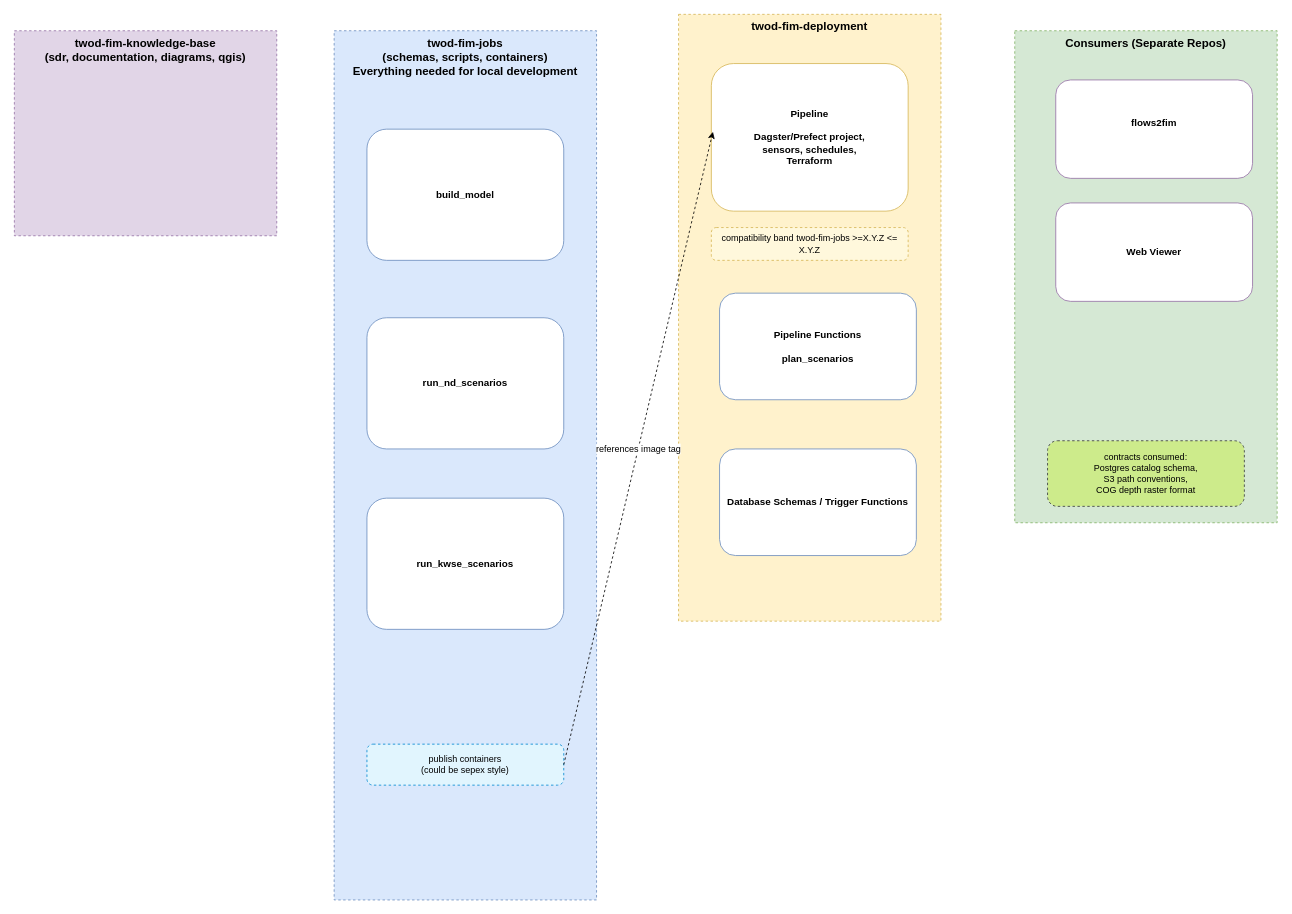
Earlier version of the draw.io diagram page "repos-and-ownership" (2 of 3) of system-design/diagrams.drawio (NOAA-OWP/twod-fim-knowledge-base). Source tidied: cells renumbered, new cells numbered last; positions are measured from the earlier drawing's top-left corner, leaving out a move shared by most shapes. Both pictures are drawn from the tidied source at 82%, with x=0, y=0 at pixel (14, 14).
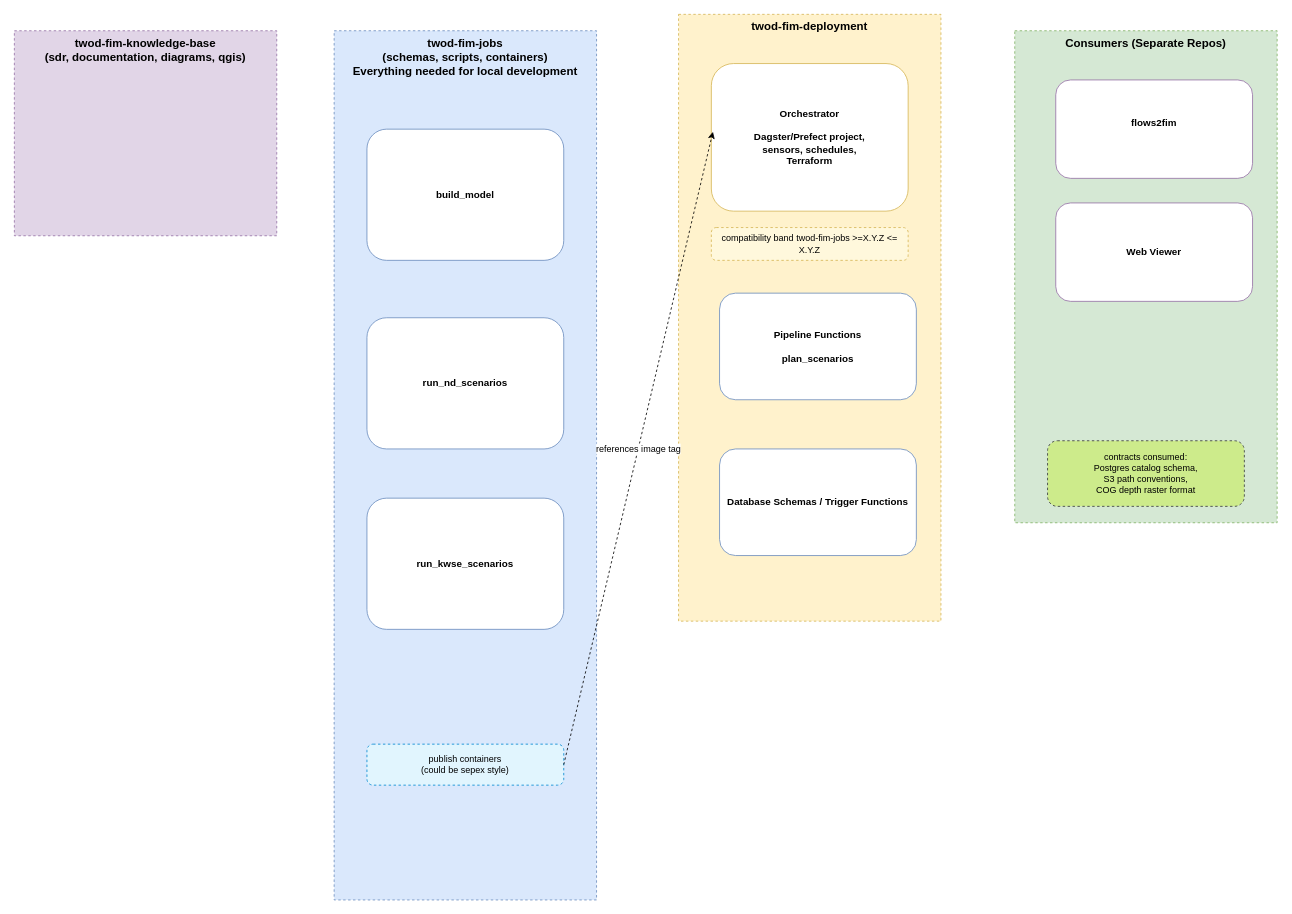
The same diagram, later.

The edit, as a diff of the source:
```diff
@@
 <mxGraphModel>
   <root>
     <mxCell id="0" />
     <mxCell id="1" parent="0" />
     <mxCell id="2" value="twod-fim-jobs&lt;br&gt;(schemas, scripts, containers)&lt;br&gt;Everything needed for local development" style="rounded=0;whiteSpace=wrap;html=1;fillColor=#dae8fc;strokeColor=#6c8ebf;dashed=1;verticalAlign=top;fontStyle=1;fontSize=14;" parent="1" vertex="1">
       <mxGeometry x="390" y="20" width="320" height="1060" as="geometry" />
     </mxCell>
     <mxCell id="3" value="&lt;div&gt;build_model&lt;/div&gt;" style="rounded=1;whiteSpace=wrap;html=1;fillColor=#ffffff;strokeColor=#6c8ebf;fontSize=12;fontStyle=1;align=center;" parent="1" vertex="1">
       <mxGeometry x="430" y="140" width="240" height="160" as="geometry" />
     </mxCell>
     <mxCell id="4" value="publish containers&lt;div&gt;(could be sepex style)&lt;/div&gt;" style="rounded=1;whiteSpace=wrap;html=1;fillColor=#e1f5fe;strokeColor=#0288d1;fontSize=11;dashed=1;" parent="1" vertex="1">
       <mxGeometry x="430" y="890" width="240" height="50" as="geometry" />
     </mxCell>
     <mxCell id="5" value="twod-fim-deployment" style="rounded=0;whiteSpace=wrap;html=1;fillColor=#fff2cc;strokeColor=#d6b656;dashed=1;verticalAlign=top;fontStyle=1;fontSize=14;" parent="1" vertex="1">
       <mxGeometry x="810" width="320" height="740" as="geometry" />
     </mxCell>
-    <mxCell id="6" value="Pipeline&lt;br&gt;&lt;br&gt;Dagster/Prefect project,&lt;br&gt;sensors, schedules,&lt;br&gt;Terraform" style="rounded=1;whiteSpace=wrap;html=1;fillColor=#ffffff;strokeColor=#d6b656;fontSize=12;fontStyle=1;" parent="1" vertex="1">
+    <mxCell id="6" value="Orchestrator&lt;br&gt;&lt;br&gt;Dagster/Prefect project,&lt;br&gt;sensors, schedules,&lt;br&gt;Terraform" style="rounded=1;whiteSpace=wrap;html=1;fillColor=#ffffff;strokeColor=#d6b656;fontSize=12;fontStyle=1;" parent="1" vertex="1">
       <mxGeometry x="850" y="60" width="240" height="180" as="geometry" />
     </mxCell>
     <mxCell id="7" value="compatibility band twod-fim-jobs &amp;gt;=X.Y.Z &amp;lt;= X.Y.Z" style="rounded=1;whiteSpace=wrap;html=1;fillColor=#fff8dc;strokeColor=#d6b656;fontSize=11;dashed=1;" parent="1" vertex="1">
       <mxGeometry x="850" y="260" width="240" height="40" as="geometry" />
     </mxCell>
     <mxCell id="8" value="Consumers (Separate Repos)" style="rounded=0;whiteSpace=wrap;html=1;fillColor=#d5e8d4;strokeColor=#82b366;dashed=1;verticalAlign=top;fontStyle=1;fontSize=14;" parent="1" vertex="1">
       <mxGeometry x="1220" y="20" width="320" height="600" as="geometry" />
     </mxCell>
     <mxCell id="9" value="flows2fim&lt;br&gt;&lt;div&gt;&lt;br/&gt;&lt;/div&gt;" style="rounded=1;whiteSpace=wrap;html=1;fillColor=#ffffff;strokeColor=#9673a6;fontSize=12;fontStyle=1;" parent="1" vertex="1">
       <mxGeometry x="1270" y="80" width="240" height="120" as="geometry" />
     </mxCell>
     <mxCell id="10" value="contracts consumed:&#10;Postgres catalog schema,&#10;S3 path conventions,&#10;COG depth raster format" style="rounded=1;whiteSpace=wrap;html=1;fillColor=#cdeb8b;strokeColor=#36393d;fontSize=11;dashed=1;" parent="1" vertex="1">
       <mxGeometry x="1260" y="520" width="240" height="80" as="geometry" />
     </mxCell>
     <mxCell id="11" value="references image tag" style="endArrow=classic;html=1;fontSize=11;dashed=1;exitX=1;exitY=0.5;exitDx=0;exitDy=0;entryX=0.008;entryY=0.462;entryDx=0;entryDy=0;entryPerimeter=0;" parent="1" edge="1" source="4" target="6">
       <mxGeometry relative="1" as="geometry" />
     </mxCell>
     <mxCell id="12" value="Pipeline Functions&lt;br&gt;&lt;br&gt;plan_scenarios" style="rounded=1;whiteSpace=wrap;html=1;fillColor=#ffffff;strokeColor=#6c8ebf;fontSize=12;fontStyle=1;align=center;" parent="1" vertex="1">
       <mxGeometry x="860" y="340" width="240" height="130" as="geometry" />
     </mxCell>
     <mxCell id="13" value="run_nd_scenarios" style="rounded=1;whiteSpace=wrap;html=1;fillColor=#ffffff;strokeColor=#6c8ebf;fontSize=12;fontStyle=1;align=center;" parent="1" vertex="1">
       <mxGeometry x="430" y="370" width="240" height="160" as="geometry" />
     </mxCell>
     <mxCell id="14" value="run_kwse_scenarios" style="rounded=1;whiteSpace=wrap;html=1;fillColor=#ffffff;strokeColor=#6c8ebf;fontSize=12;fontStyle=1;align=center;" parent="1" vertex="1">
       <mxGeometry x="430" y="590" width="240" height="160" as="geometry" />
     </mxCell>
     <mxCell id="15" value="&lt;div&gt;Web Viewer&lt;/div&gt;" style="rounded=1;whiteSpace=wrap;html=1;fillColor=#ffffff;strokeColor=#9673a6;fontSize=12;fontStyle=1;" parent="1" vertex="1">
       <mxGeometry x="1270" y="230" width="240" height="120" as="geometry" />
     </mxCell>
     <mxCell id="16" value="twod-fim-knowledge-base&lt;br&gt;(sdr, documentation, diagrams, qgis)&lt;div&gt;&lt;br&gt;&lt;/div&gt;" style="rounded=0;whiteSpace=wrap;html=1;fillColor=#e1d5e7;strokeColor=#9673a6;dashed=1;verticalAlign=top;fontStyle=1;fontSize=14;" parent="1" vertex="1">
       <mxGeometry y="20" width="320" height="250" as="geometry" />
     </mxCell>
     <mxCell id="17" value="Database Schemas / Trigger Functions" style="rounded=1;whiteSpace=wrap;html=1;fillColor=#ffffff;strokeColor=#6c8ebf;fontSize=12;fontStyle=1;align=center;" parent="1" vertex="1">
       <mxGeometry x="860" y="530" width="240" height="130" as="geometry" />
     </mxCell>
   </root>
 </mxGraphModel>
```
